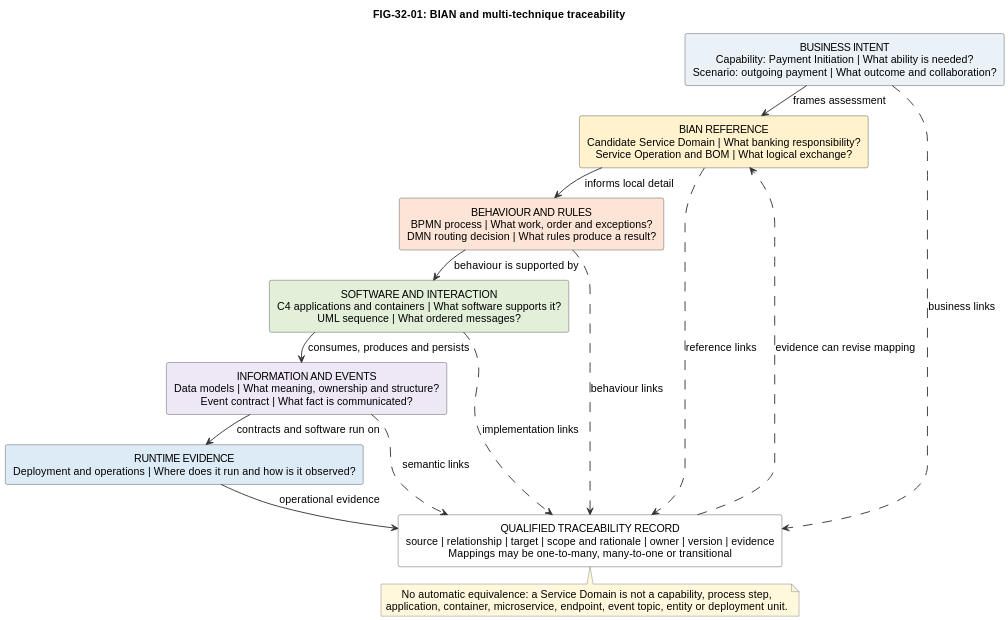
Earlier version of the PlantUML export diagrams/exported/svg/FIG-32-01-bian-multi-technique-traceability-view.svg (nishikanttiwari01/Architecture_Modelling).
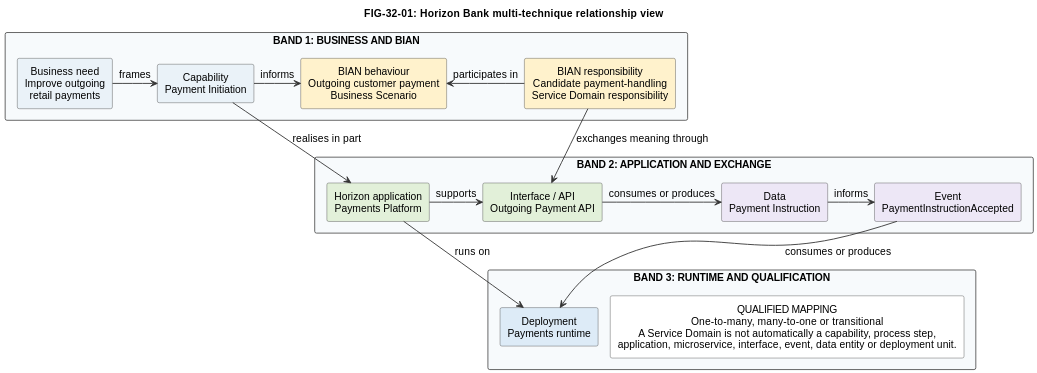
The same file after the commit.

Commit message:
Regenerate Chapter 32 modelling relationship figure

What changed in the source:
```diff
@@ -1,42 +1,41 @@
 @startuml
 !include ../../styles/plantuml-theme.puml
-scale 720 width
-title FIG-32-01: BIAN and multi-technique traceability
+scale 740 width
+title FIG-32-01: Horizon Bank multi-technique relationship view
 top to bottom direction
 skinparam defaultTextAlignment center
-skinparam nodesep 18
-skinparam ranksep 22
+skinparam nodesep 16
+skinparam ranksep 24
+skinparam packageStyle rectangle
 
-rectangle "BUSINESS INTENT\nCapability: Payment Initiation | What ability is needed?\nScenario: outgoing payment | What outcome and collaboration?" as INTENT #EAF2F8
+package "BAND 1: BUSINESS AND BIAN" #F7FAFC {
+  rectangle "Business need\nImprove outgoing\nretail payments" as NEED #EAF2F8
+  rectangle "Capability\nPayment Initiation" as CAP #EAF2F8
+  rectangle "BIAN behaviour\nOutgoing customer payment\nBusiness Scenario" as SCEN #FFF2CC
+  rectangle "BIAN responsibility\nCandidate payment-handling\nService Domain responsibility" as SD #FFF2CC
+  NEED -right-> CAP : frames
+  CAP -right-> SCEN : informs
+  SD -left-> SCEN : participates in
+}
 
-rectangle "BIAN REFERENCE\nCandidate Service Domain | What banking responsibility?\nService Operation and BOM | What logical exchange?" as BIAN #FFF2CC
+package "BAND 2: APPLICATION AND EXCHANGE" #F7FAFC {
+  rectangle "Horizon application\nPayments Platform" as APP #E2F0D9
+  rectangle "Interface / API\nOutgoing Payment API" as API #E2F0D9
+  rectangle "Data\nPayment Instruction" as DATA #EDE7F6
+  rectangle "Event\nPaymentInstructionAccepted" as EVENT #EDE7F6
+  APP -right-> API : supports
+  API -right-> DATA : consumes or produces
+  DATA -right-> EVENT : informs
+}
 
-rectangle "BEHAVIOUR AND RULES\nBPMN process | What work, order and exceptions?\nDMN routing decision | What rules produce a result?" as BEHAV #FCE4D6
+package "BAND 3: RUNTIME AND QUALIFICATION" #F7FAFC {
+  rectangle "Deployment\nPayments runtime" as RUN #DDEBF7
+  rectangle "QUALIFIED MAPPING\nOne-to-many, many-to-one or transitional\nA Service Domain is not automatically a capability, process step,\napplication, microservice, interface, event, data entity or deployment unit." as NOTE #FFFFFF
+  RUN -[hidden]right-> NOTE
+}
 
-rectangle "SOFTWARE AND INTERACTION\nC4 applications and containers | What software supports it?\nUML sequence | What ordered messages?" as SOFTWARE #E2F0D9
-
-rectangle "INFORMATION AND EVENTS\nData models | What meaning, ownership and structure?\nEvent contract | What fact is communicated?" as INFO #EDE7F6
-
-rectangle "RUNTIME EVIDENCE\nDeployment and operations | Where does it run and how is it observed?" as RUNTIME #DDEBF7
-
-rectangle "QUALIFIED TRACEABILITY RECORD\nsource | relationship | target | scope and rationale | owner | version | evidence\nMappings may be one-to-many, many-to-one or transitional" as TRACE #FFFFFF
-
-INTENT --> BIAN : frames assessment
-BIAN --> BEHAV : informs local detail
-BEHAV --> SOFTWARE : behaviour is supported by
-SOFTWARE --> INFO : consumes, produces and persists
-INFO --> RUNTIME : contracts and software run on
-
-INTENT ..> TRACE : business links
-BIAN ..> TRACE : reference links
-BEHAV ..> TRACE : behaviour links
-SOFTWARE ..> TRACE : implementation links
-INFO ..> TRACE : semantic links
-RUNTIME --> TRACE : operational evidence
-TRACE ..> BIAN : evidence can revise mapping
-
-note bottom
-  No automatic equivalence: a Service Domain is not a capability, process step,
-  application, container, microservice, endpoint, event topic, entity or deployment unit.
-end note
+CAP -down-> APP : realises in part
+SD -down-> API : exchanges meaning through
+APP -down-> RUN : runs on
+EVENT -down-> RUN : consumes or produces
 @enduml
```
